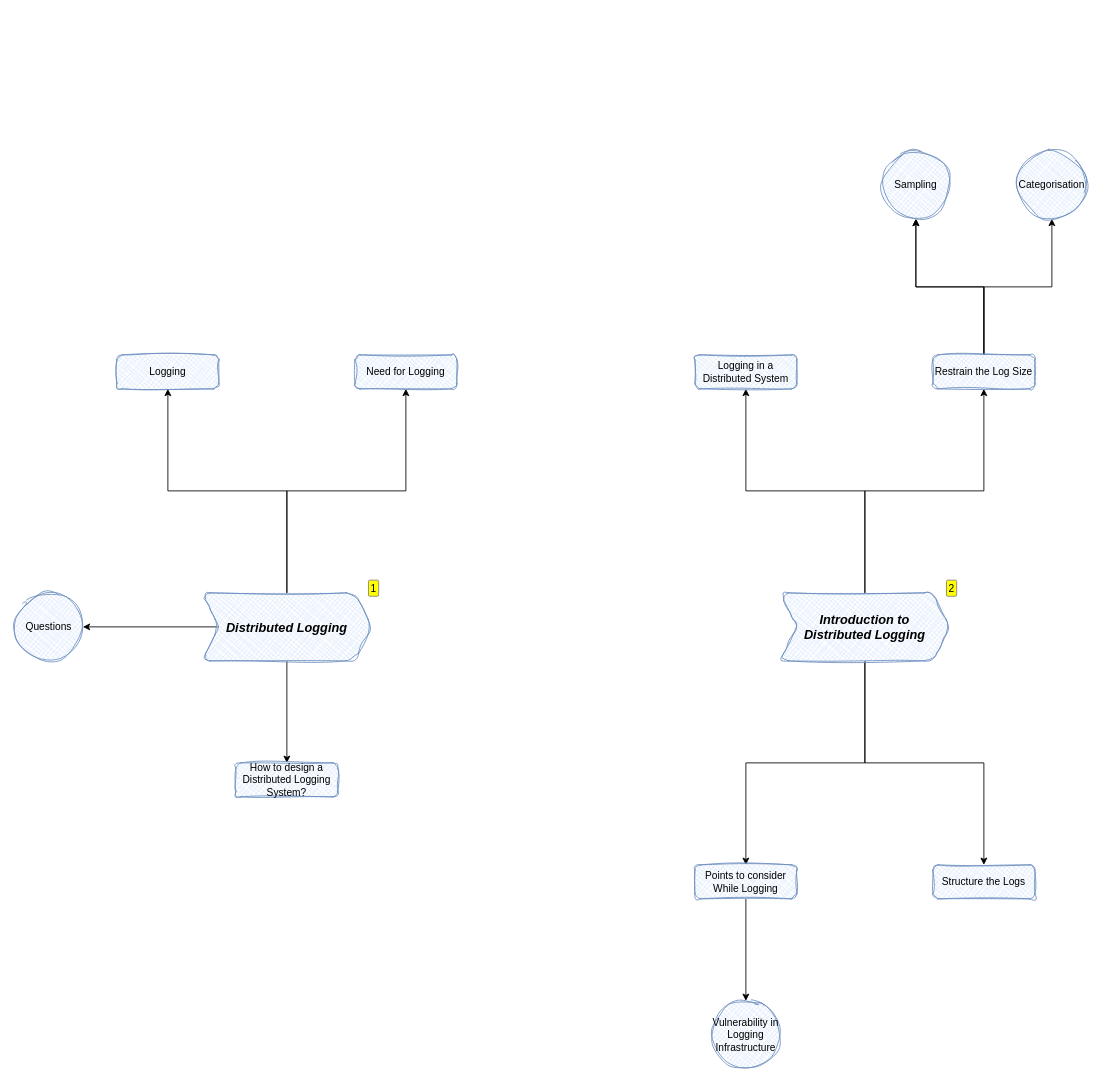
FilledVaccum/MindMaps keeps this draw.io diagram as System Design/System Design : Distributed Logging.drawio. Above is the earlier version. Source tidied: cells renumbered, new cells numbered last; positions are measured from the earlier drawing's top-left corner, leaving out a move shared by most shapes. Both pictures are drawn from the tidied source at 85%, with x=0, y=0 at pixel (14, 150).
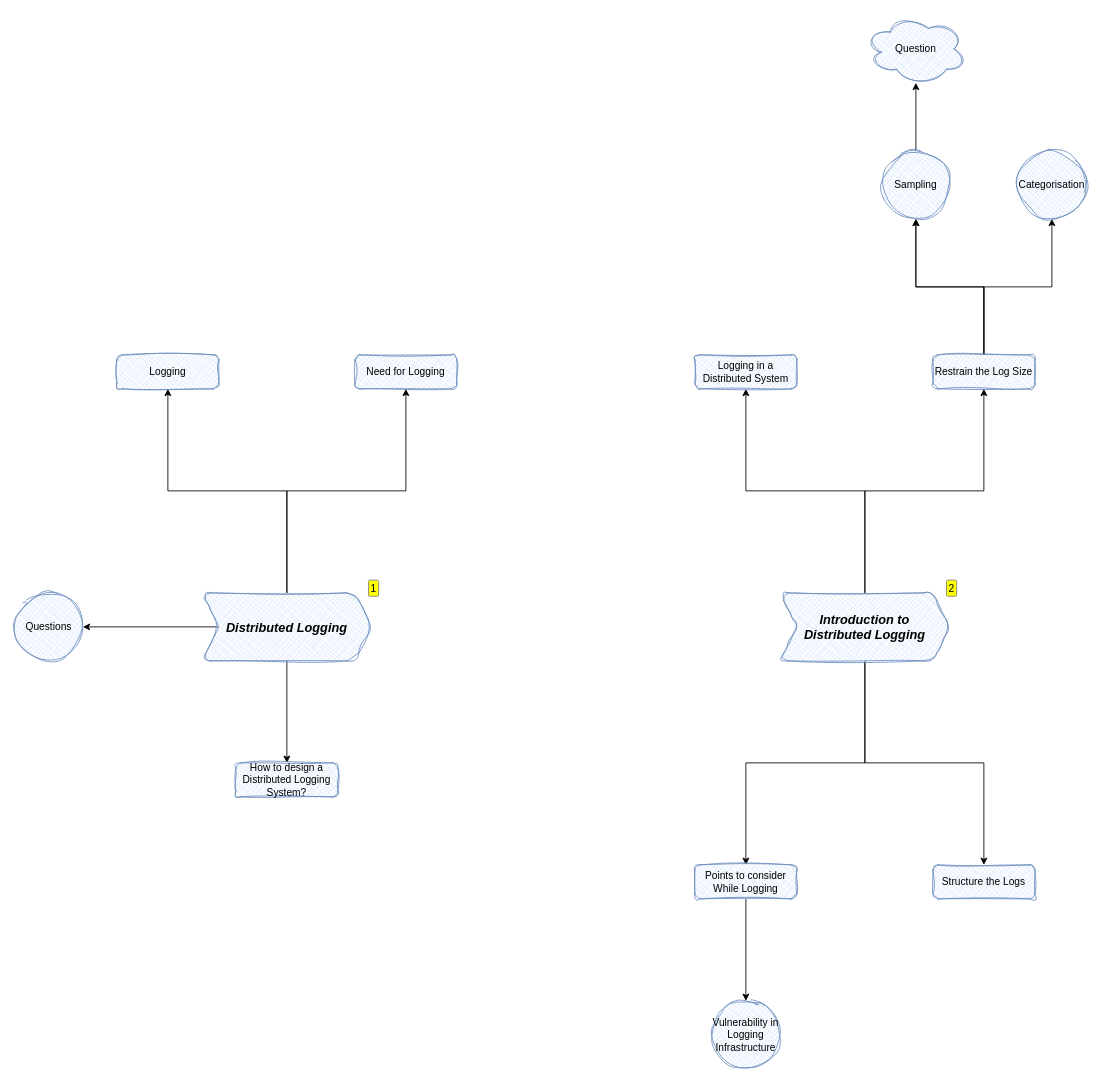
The same diagram, later.

The change refers to these unchanged cells:
```xml
<mxCell id="24" value="Sampling" style="ellipse;whiteSpace=wrap;html=1;fillColor=#dae8fc;strokeColor=#6c8ebf;sketch=1;curveFitting=1;jiggle=2;shadow=0;rounded=1;fillStyle=cross-hatch;" parent="1" vertex="1">
  <mxGeometry x="1020" width="80" height="80" as="geometry" />
</mxCell>
```

Diff of the diagram source:
```diff
@@
+    <mxCell id="27" style="edgeStyle=orthogonalEdgeStyle;shape=connector;rounded=0;hachureGap=4;jettySize=auto;html=1;strokeColor=default;align=center;verticalAlign=middle;fontFamily=Architects Daughter;fontSize=11;fontColor=default;labelBackgroundColor=default;endArrow=classic;" parent="1" edge="1" source="24" target="28">
+      <mxGeometry relative="1" as="geometry" />
+    </mxCell>
@@
+    <mxCell id="28" value="Question" style="ellipse;shape=cloud;whiteSpace=wrap;html=1;fillColor=#dae8fc;strokeColor=#6c8ebf;sketch=1;curveFitting=1;jiggle=2;shadow=0;rounded=1;fillStyle=cross-hatch;" parent="1" vertex="1">
+      <mxGeometry x="1000" y="-160" width="120" height="80" as="geometry" />
+    </mxCell>
```
